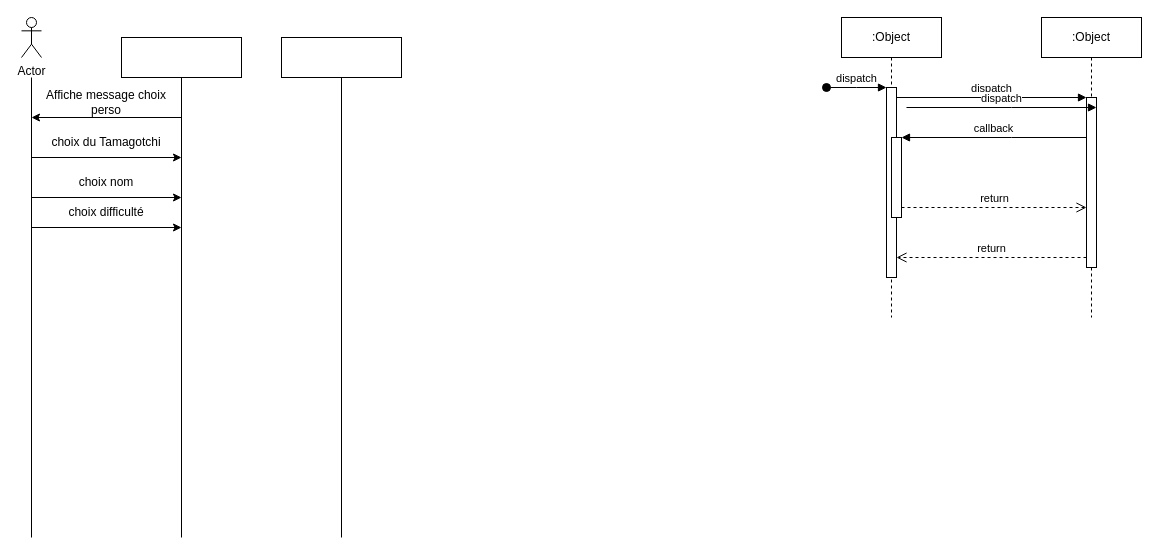
BMaurice56/Tamagotchi keeps this draw.io diagram as DiagrammeSequence.drawio. Above is the earlier version. Source tidied: cells renumbered, new cells numbered last; positions are measured from the earlier drawing's top-left corner, leaving out a move shared by most shapes. Both pictures are drawn from the tidied source at 100%, with x=0, y=0 at pixel (21, 17).
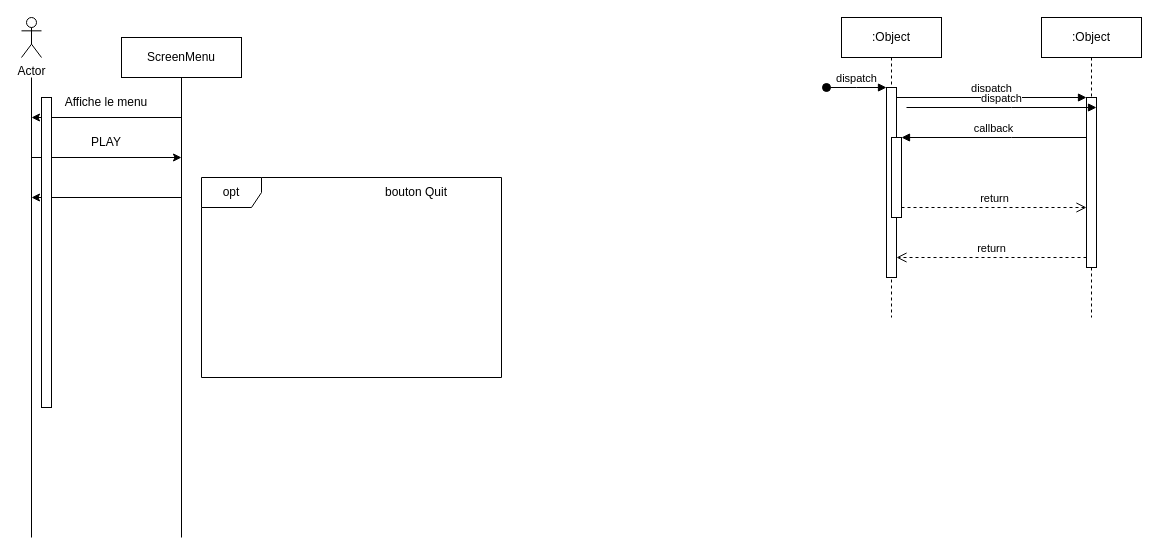
The same diagram, later.

Commit message:
Mettre à jour DiagrammeSequence.drawio

What changed in the source:
```diff
@@
-    <mxCell id="15" style="endArrow=none;html=1;rounded=0;" parent="1" edge="1">
-      <mxGeometry relative="1" as="geometry">
-        <mxPoint x="320" y="520" as="sourcePoint" />
-        <mxPoint x="320" y="60" as="targetPoint" />
-      </mxGeometry>
-    </mxCell>
-    <mxCell id="16" style="rounded=0;whiteSpace=wrap;html=1;" parent="1" vertex="1">
+    <mxCell id="16" value="ScreenMenu" style="rounded=0;whiteSpace=wrap;html=1;" parent="1" vertex="1">
       <mxGeometry x="100" y="20" width="120" height="40" as="geometry" />
     </mxCell>
-    <mxCell id="17" style="rounded=0;whiteSpace=wrap;html=1;" parent="1" vertex="1">
-      <mxGeometry x="260" y="20" width="120" height="40" as="geometry" />
-    </mxCell>
@@
-    <mxCell id="20" value="&lt;div align=&quot;center&quot;&gt;Affiche message choix perso&lt;br&gt;&lt;/div&gt;" style="text;html=1;strokeColor=none;fillColor=none;align=center;verticalAlign=middle;whiteSpace=wrap;rounded=0;" parent="1" vertex="1">
+    <mxCell id="20" value="&lt;div align=&quot;center&quot;&gt;Affiche le menu&lt;br&gt;&lt;/div&gt;" style="text;html=1;strokeColor=none;fillColor=none;align=center;verticalAlign=middle;whiteSpace=wrap;rounded=0;" parent="1" vertex="1">
       <mxGeometry x="10" y="70" width="150" height="30" as="geometry" />
     </mxCell>
-    <mxCell id="21" value="&lt;div align=&quot;center&quot;&gt;choix du Tamagotchi&lt;br&gt;&lt;/div&gt;" style="text;html=1;strokeColor=none;fillColor=none;align=center;verticalAlign=middle;whiteSpace=wrap;rounded=0;" parent="1" vertex="1">
+    <mxCell id="21" value="&lt;div align=&quot;center&quot;&gt;PLAY&lt;/div&gt;" style="text;html=1;strokeColor=none;fillColor=none;align=center;verticalAlign=middle;whiteSpace=wrap;rounded=0;" parent="1" vertex="1">
       <mxGeometry x="10" y="110" width="150" height="30" as="geometry" />
     </mxCell>
@@
-    <mxCell id="23" style="endArrow=classic;html=1;rounded=0;" parent="1" edge="1">
-      <mxGeometry relative="1" as="geometry">
-        <mxPoint x="10" y="180" as="sourcePoint" />
-        <mxPoint x="160" y="180" as="targetPoint" />
-      </mxGeometry>
-    </mxCell>
-    <mxCell id="24" value="&lt;div align=&quot;center&quot;&gt;choix nom&lt;br&gt;&lt;/div&gt;" style="text;html=1;strokeColor=none;fillColor=none;align=center;verticalAlign=middle;whiteSpace=wrap;rounded=0;" parent="1" vertex="1">
-      <mxGeometry x="10" y="150" width="150" height="30" as="geometry" />
-    </mxCell>
-    <mxCell id="25" value="&lt;div align=&quot;center&quot;&gt;choix difficulté&lt;br&gt;&lt;/div&gt;" style="text;html=1;strokeColor=none;fillColor=none;align=center;verticalAlign=middle;whiteSpace=wrap;rounded=0;" parent="1" vertex="1">
-      <mxGeometry x="10" y="180" width="150" height="30" as="geometry" />
-    </mxCell>
-    <mxCell id="26" style="endArrow=classic;html=1;rounded=0;" parent="1" edge="1">
-      <mxGeometry relative="1" as="geometry">
-        <mxPoint x="10" y="210" as="sourcePoint" />
-        <mxPoint x="160" y="210" as="targetPoint" />
-      </mxGeometry>
-    </mxCell>
+    <mxCell id="27" style="endArrow=classic;html=1;rounded=0;" parent="1" edge="1">
+      <mxGeometry relative="1" as="geometry">
+        <mxPoint x="160" y="180" as="sourcePoint" />
+        <mxPoint x="10" y="180" as="targetPoint" />
+      </mxGeometry>
+    </mxCell>
+    <mxCell id="28" value="&lt;div align=&quot;center&quot;&gt;bouton Quit&lt;/div&gt;" style="text;html=1;strokeColor=none;fillColor=none;align=center;verticalAlign=middle;whiteSpace=wrap;rounded=0;" parent="1" vertex="1">
+      <mxGeometry x="320" y="160" width="150" height="30" as="geometry" />
+    </mxCell>
+    <mxCell id="29" value="opt" style="shape=umlFrame;whiteSpace=wrap;html=1;" parent="1" vertex="1">
+      <mxGeometry x="180" y="160" width="300" height="200" as="geometry" />
+    </mxCell>
+    <mxCell id="30" style="rounded=0;whiteSpace=wrap;html=1;" parent="1" vertex="1">
+      <mxGeometry x="20" y="80" width="10" height="310" as="geometry" />
+    </mxCell>
```
